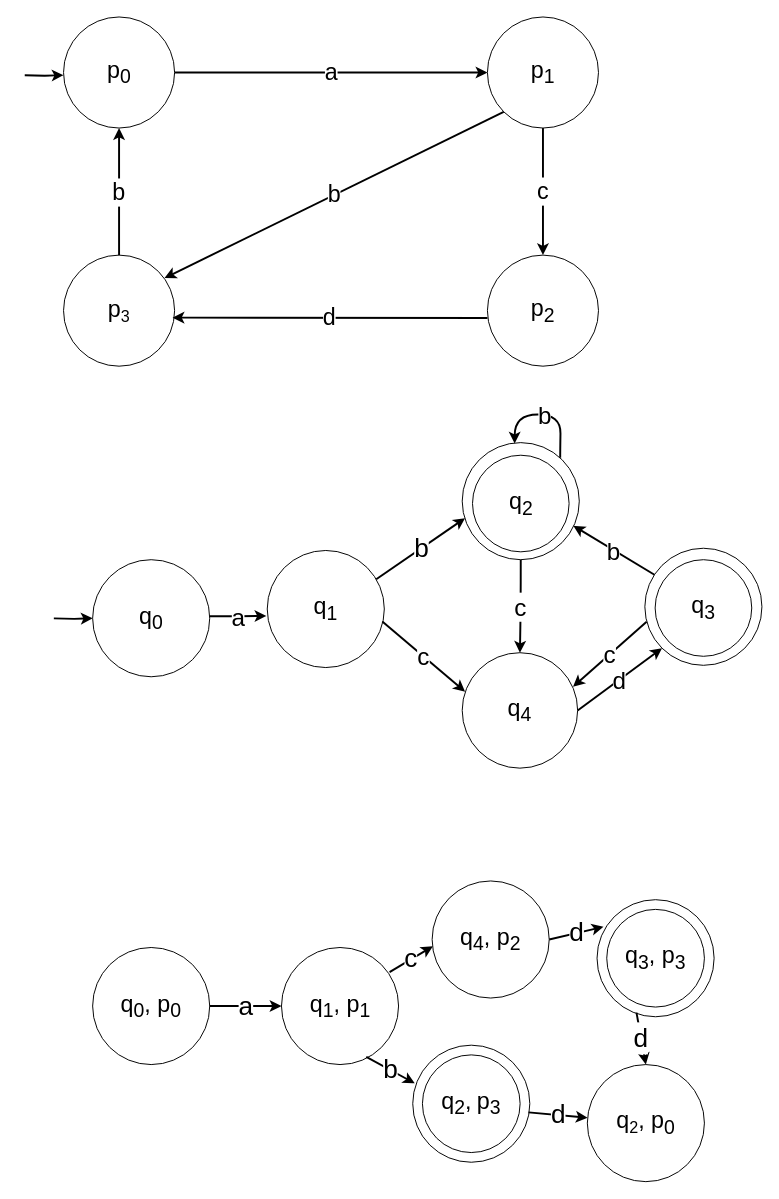
Earlier version of the draw.io diagram thesisdrawing.drawio (olliglorioso/datasets). Source tidied: cells renumbered, new cells numbered last; positions are measured from the earlier drawing's top-left corner, leaving out a move shared by most shapes. Both pictures are drawn from the tidied source at 97%, with x=0, y=0 at pixel (24, 16).
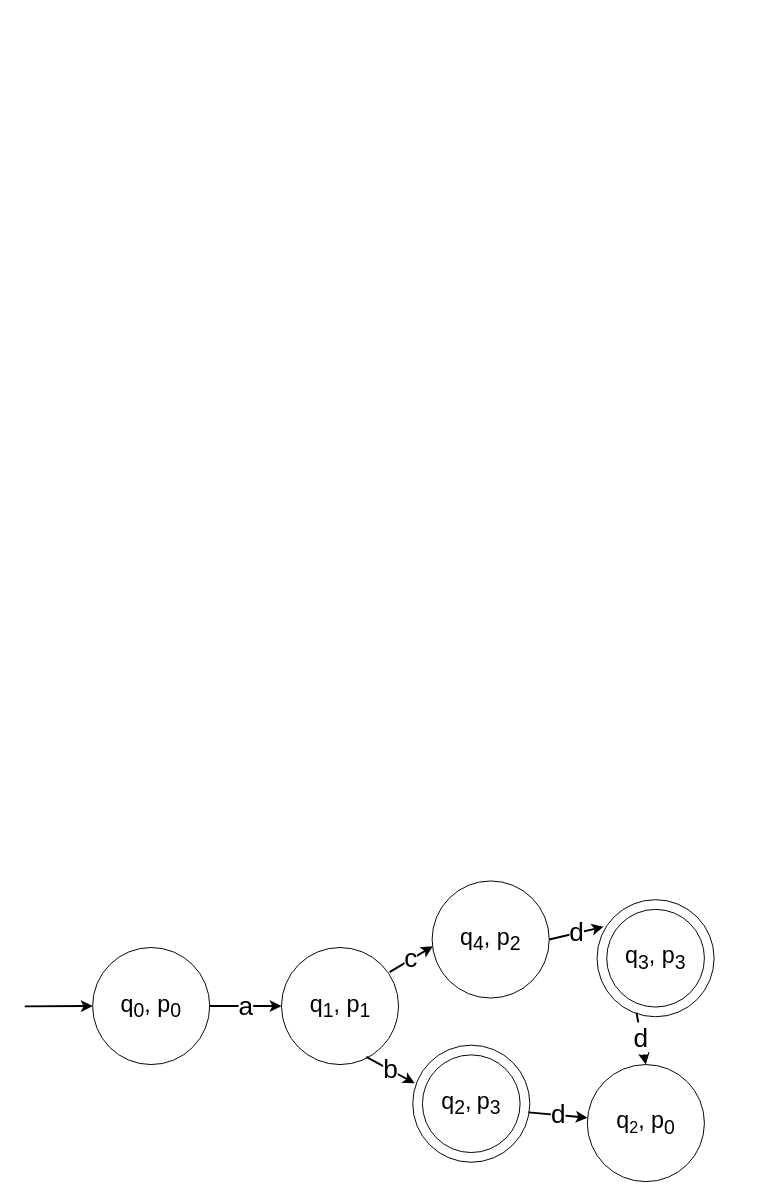
The same diagram, later.

Unchanged cells that the change refers to:
```xml
<mxCell id="45" value="&lt;span style=&quot;font-size: 24px;&quot;&gt;q&lt;sub&gt;0&lt;/sub&gt;, p&lt;sub&gt;0&lt;/sub&gt;&lt;/span&gt;" style="ellipse;whiteSpace=wrap;html=1;" parent="1" vertex="1">
  <mxGeometry x="70" y="959.3" width="120.7" height="120.7" as="geometry" />
</mxCell>
```

Change to the diagram source:
```diff
@@
-    <mxCell id="4" style="group;" parent="1" vertex="1">
-      <mxGeometry x="40" width="570" height="366.2" as="geometry" />
-    </mxCell>
-    <mxCell id="5" value="&lt;span style=&quot;font-size: 24px;&quot;&gt;p&lt;sub&gt;0&lt;/sub&gt;&lt;/span&gt;" style="ellipse;whiteSpace=wrap;html=1;" parent="4" vertex="1">
-      <mxGeometry width="114.5" height="114.5" as="geometry" />
-    </mxCell>
-    <mxCell id="6" value="&lt;span style=&quot;font-size: 24px;&quot;&gt;p&lt;sub&gt;1&lt;/sub&gt;&lt;/span&gt;" style="ellipse;whiteSpace=wrap;html=1;" parent="4" vertex="1">
-      <mxGeometry x="437" width="114.5" height="114.5" as="geometry" />
-    </mxCell>
-    <mxCell id="7" value="&lt;span style=&quot;font-size: 24px;&quot;&gt;p&lt;sub&gt;2&lt;/sub&gt;&lt;/span&gt;" style="ellipse;whiteSpace=wrap;html=1;" parent="4" vertex="1">
-      <mxGeometry x="437" y="245.5" width="114.5" height="114.5" as="geometry" />
-    </mxCell>
-    <mxCell id="8" value="&lt;span style=&quot;font-size: 24px;&quot;&gt;p&lt;/span&gt;&lt;span style=&quot;font-size: 20px;&quot;&gt;&lt;sub&gt;3&lt;/sub&gt;&lt;/span&gt;" style="ellipse;whiteSpace=wrap;html=1;" parent="4" vertex="1">
-      <mxGeometry y="245.5" width="114.5" height="114.5" as="geometry" />
-    </mxCell>
-    <mxCell id="9" value="&lt;font style=&quot;font-size: 24px;&quot;&gt;a&lt;/font&gt;" style="endArrow=classic;html=1;rounded=0;entryX=0;entryY=0.5;entryDx=0;entryDy=0;exitX=1;exitY=0.5;exitDx=0;exitDy=0;strokeWidth=2;startArrow=none;startFill=0;endFill=1;" parent="4" edge="1" source="5" target="6">
-      <mxGeometry relative="1" as="geometry" />
-    </mxCell>
-    <mxCell id="10" value="&lt;font style=&quot;font-size: 24px;&quot;&gt;d&lt;/font&gt;" style="endArrow=none;html=1;rounded=0;entryX=0;entryY=0.5;entryDx=0;entryDy=0;strokeWidth=2;startArrow=classic;startFill=1;exitX=0.982;exitY=0.563;exitDx=0;exitDy=0;exitPerimeter=0;" parent="4" edge="1" source="8">
-      <mxGeometry relative="1" as="geometry">
-        <mxPoint x="437" y="310.4" as="targetPoint" />
-      </mxGeometry>
-    </mxCell>
-    <mxCell id="11" value="&lt;font style=&quot;font-size: 24px;&quot;&gt;c&lt;/font&gt;" style="endArrow=none;html=1;rounded=0;entryX=0.5;entryY=1;entryDx=0;entryDy=0;exitX=0.5;exitY=0;exitDx=0;exitDy=0;strokeWidth=2;endFill=0;startArrow=classic;startFill=1;" parent="4" edge="1" source="7" target="6">
-      <mxGeometry relative="1" as="geometry" />
-    </mxCell>
-    <mxCell id="12" value="&lt;font style=&quot;font-size: 24px;&quot;&gt;b&lt;/font&gt;" style="endArrow=none;html=1;rounded=0;entryX=0;entryY=1;entryDx=0;entryDy=0;exitX=0.909;exitY=0.207;exitDx=0;exitDy=0;strokeWidth=2;startArrow=classic;startFill=1;exitPerimeter=0;" parent="4" edge="1" source="8" target="6">
-      <mxGeometry relative="1" as="geometry" />
-    </mxCell>
-    <mxCell id="13" value="&lt;font style=&quot;font-size: 24px;&quot;&gt;b&lt;/font&gt;" style="endArrow=none;html=1;rounded=0;entryX=0.5;entryY=0;entryDx=0;entryDy=0;exitX=0.5;exitY=1;exitDx=0;exitDy=0;strokeWidth=2;startArrow=classic;startFill=1;" parent="4" edge="1" source="5" target="8">
-      <mxGeometry relative="1" as="geometry" />
-    </mxCell>
-    <mxCell id="14" style="group;" parent="1" vertex="1">
-      <mxGeometry x="60" y="440" width="700" height="450.7" as="geometry" />
-    </mxCell>
-    <mxCell id="15" style="group;" parent="14" vertex="1">
-      <mxGeometry x="401.6" y="11.8" width="110.1" height="122.8" as="geometry" />
-    </mxCell>
-    <mxCell id="16" value="&lt;span style=&quot;font-size: 24px;&quot;&gt;q&lt;sub&gt;2&lt;/sub&gt;&lt;/span&gt;" style="ellipse;whiteSpace=wrap;html=1;strokeColor=default;strokeWidth=1;" parent="15" vertex="1">
-      <mxGeometry width="99.6" height="99.6" as="geometry" />
-    </mxCell>
-    <mxCell id="17" style="ellipse;whiteSpace=wrap;html=1;fillColor=none;" parent="15" vertex="1">
-      <mxGeometry x="-10.6" y="-13" width="120.7" height="120.7" as="geometry" />
-    </mxCell>
-    <mxCell id="18" value="&lt;font style=&quot;font-size: 25px;&quot;&gt;b&lt;/font&gt;" style="rounded=0;orthogonalLoop=1;jettySize=auto;html=1;exitX=0.837;exitY=0.13;exitDx=0;exitDy=0;strokeWidth=2;entryX=0.448;entryY=0.008;entryDx=0;entryDy=0;entryPerimeter=0;exitPerimeter=0;edgeStyle=orthogonalEdgeStyle;curved=1;" parent="15" edge="1" source="17" target="17">
-      <mxGeometry relative="1" as="geometry">
-        <Array as="points">
-          <mxPoint x="91" y="-3" />
-          <mxPoint x="91" y="-3" />
-          <mxPoint x="91" y="-42" />
-          <mxPoint x="44" y="-42" />
-        </Array>
-      </mxGeometry>
-    </mxCell>
-    <mxCell id="19" style="group;" parent="14" vertex="1">
-      <mxGeometry x="589.9" y="119.5" width="110.1" height="122.8" as="geometry" />
-    </mxCell>
-    <mxCell id="20" value="&lt;span style=&quot;font-size: 24px;&quot;&gt;q&lt;sub&gt;3&lt;/sub&gt;&lt;/span&gt;" style="ellipse;whiteSpace=wrap;html=1;strokeColor=default;strokeWidth=1;" parent="19" vertex="1">
-      <mxGeometry width="99.6" height="99.6" as="geometry" />
-    </mxCell>
-    <mxCell id="21" style="ellipse;whiteSpace=wrap;html=1;fillColor=none;" parent="19" vertex="1">
-      <mxGeometry x="-10.6" y="-11.8" width="120.7" height="120.7" as="geometry" />
-    </mxCell>
-    <mxCell id="22" value="&lt;span style=&quot;font-size: 24px;&quot;&gt;q&lt;sub&gt;4&lt;/sub&gt;&lt;/span&gt;" style="ellipse;whiteSpace=wrap;html=1;" parent="14" vertex="1">
-      <mxGeometry x="391" y="215.4" width="119" height="119" as="geometry" />
-    </mxCell>
-    <mxCell id="23" value="&lt;font style=&quot;font-size: 25px;&quot;&gt;c&lt;/font&gt;" style="rounded=0;jettySize=auto;html=1;exitX=0.983;exitY=0.606;exitDx=0;exitDy=0;entryX=0.025;entryY=0.338;entryDx=0;entryDy=0;entryPerimeter=0;strokeWidth=2;exitPerimeter=0;" parent="14" edge="1" source="29" target="22">
-      <mxGeometry relative="1" as="geometry" />
-    </mxCell>
-    <mxCell id="24" value="&lt;font style=&quot;font-size: 25px;&quot;&gt;a&lt;/font&gt;" style="edgeStyle=orthogonalEdgeStyle;rounded=0;jettySize=auto;html=1;exitX=0.994;exitY=0.483;exitDx=0;exitDy=0;entryX=-0.007;entryY=0.559;entryDx=0;entryDy=0;entryPerimeter=0;strokeWidth=2;exitPerimeter=0;" parent="14" edge="1" source="31" target="29">
-      <mxGeometry relative="1" as="geometry" />
-    </mxCell>
-    <mxCell id="25" value="&lt;font style=&quot;font-size: 27px;&quot;&gt;b&lt;/font&gt;" style="rounded=0;jettySize=auto;html=1;exitX=0.931;exitY=0.246;exitDx=0;exitDy=0;entryX=0.025;entryY=0.645;entryDx=0;entryDy=0;entryPerimeter=0;strokeWidth=2;exitPerimeter=0;" parent="14" edge="1" source="29" target="17">
-      <mxGeometry relative="1" as="geometry" />
-    </mxCell>
-    <mxCell id="26" value="&lt;font style=&quot;font-size: 25px;&quot;&gt;c&lt;/font&gt;" style="edgeStyle=orthogonalEdgeStyle;rounded=0;jettySize=auto;html=1;exitX=0.5;exitY=1;exitDx=0;exitDy=0;entryX=0.5;entryY=0;entryDx=0;entryDy=0;strokeWidth=2;curved=1;" parent="14" edge="1" source="17" target="22">
-      <mxGeometry relative="1" as="geometry" />
-    </mxCell>
-    <mxCell id="27" value="&lt;font style=&quot;font-size: 25px;&quot;&gt;b&lt;/font&gt;" style="rounded=0;jettySize=auto;html=1;exitX=0.082;exitY=0.226;exitDx=0;exitDy=0;entryX=0.949;entryY=0.71;entryDx=0;entryDy=0;strokeWidth=2;exitPerimeter=0;entryPerimeter=0;" parent="14" edge="1" source="21" target="17">
-      <mxGeometry relative="1" as="geometry" />
-    </mxCell>
-    <mxCell id="28" value="&lt;font style=&quot;font-size: 25px;&quot;&gt;c&lt;/font&gt;" style="rounded=0;jettySize=auto;html=1;exitX=0.96;exitY=0.295;exitDx=0;exitDy=0;entryX=0.015;entryY=0.627;entryDx=0;entryDy=0;strokeWidth=2;exitPerimeter=0;entryPerimeter=0;startArrow=classic;startFill=1;endArrow=none;endFill=0;" parent="14" edge="1" source="22" target="21">
-      <mxGeometry relative="1" as="geometry" />
-    </mxCell>
-    <mxCell id="29" value="&lt;span style=&quot;font-size: 24px;&quot;&gt;q&lt;sub&gt;1&lt;/sub&gt;&lt;/span&gt;" style="ellipse;whiteSpace=wrap;html=1;fillColor=none;" parent="14" vertex="1">
-      <mxGeometry x="190" y="110" width="120.7" height="120.7" as="geometry" />
-    </mxCell>
-    <mxCell id="30" value="&lt;font style=&quot;font-size: 25px;&quot;&gt;d&lt;/font&gt;" style="rounded=0;jettySize=auto;html=1;exitX=1;exitY=0.5;exitDx=0;exitDy=0;entryX=0;entryY=1;entryDx=0;entryDy=0;strokeWidth=2;" parent="14" edge="1" source="22" target="21">
-      <mxGeometry relative="1" as="geometry" />
-    </mxCell>
-    <mxCell id="31" value="&lt;span style=&quot;font-size: 24px;&quot;&gt;q&lt;sub&gt;0&lt;/sub&gt;&lt;/span&gt;" style="ellipse;whiteSpace=wrap;html=1;" parent="14" vertex="1">
-      <mxGeometry x="10" y="119.5" width="120.7" height="120.7" as="geometry" />
-    </mxCell>
-    <mxCell id="32" style="edgeStyle=orthogonalEdgeStyle;rounded=0;jettySize=auto;html=1;entryX=0;entryY=0.5;entryDx=0;entryDy=0;strokeWidth=2;" parent="14" edge="1" target="31">
-      <mxGeometry relative="1" as="geometry">
-        <mxPoint x="-30" y="180" as="sourcePoint" />
-      </mxGeometry>
-    </mxCell>
-    <mxCell id="33" style="edgeStyle=orthogonalEdgeStyle;rounded=0;orthogonalLoop=1;jettySize=auto;html=1;entryX=0;entryY=0.5;entryDx=0;entryDy=0;strokeWidth=2;" parent="1" edge="1">
-      <mxGeometry relative="1" as="geometry">
-        <mxPoint y="60" as="sourcePoint" />
-        <mxPoint x="40" y="60" as="targetPoint" />
-      </mxGeometry>
-    </mxCell>
@@
+    <mxCell id="46" style="endArrow=classic;html=1;rounded=0;strokeWidth=2;startArrow=none;startFill=0;endFill=1;entryX=0;entryY=0.5;entryDx=0;entryDy=0;" parent="1" edge="1" target="45">
+      <mxGeometry relative="1" as="geometry">
+        <mxPoint y="1020" as="sourcePoint" />
+      </mxGeometry>
+    </mxCell>
```
